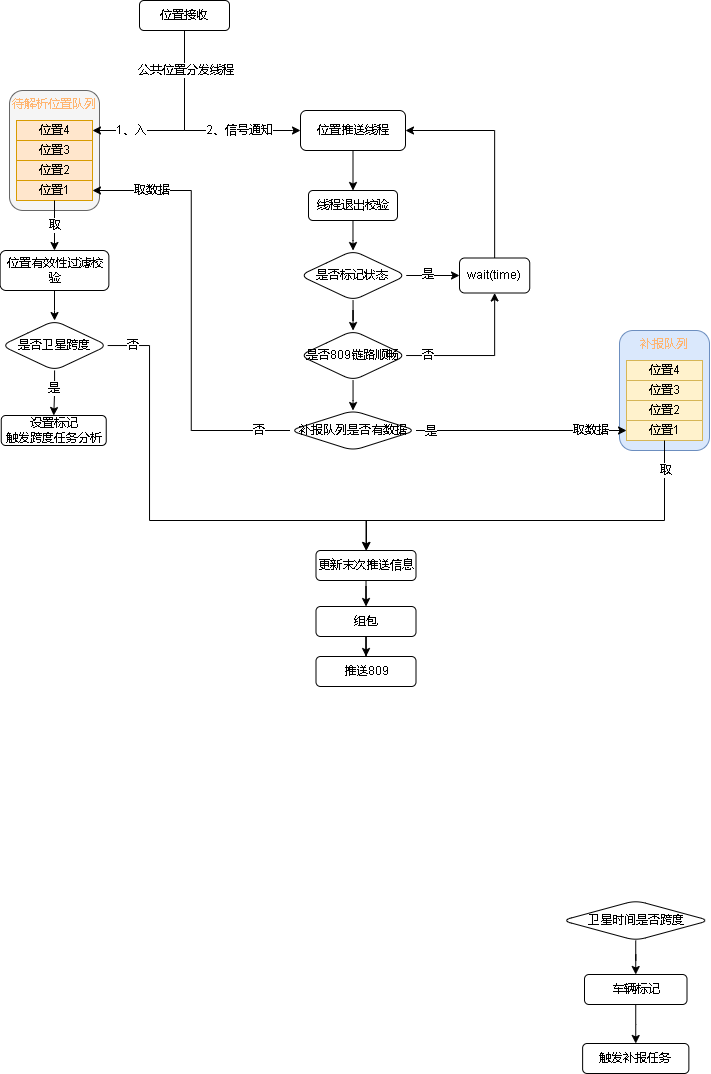
Above: 809数据跨度.drawio.png in xktder/draw (draw.io), before the change. Source tidied: cells renumbered, new cells last; positions are measured from the earlier drawing's top-left corner, leaving out a move shared by most shapes. Its diagram source:
```xml
<mxGraphModel>
  <root>
    <mxCell id="0" />
    <mxCell id="1" parent="0" />
    <mxCell id="2" style="edgeStyle=orthogonalEdgeStyle;rounded=0;jettySize=auto;html=1;fontColor=#000000;" parent="1" edge="1" source="4" target="30">
      <mxGeometry relative="1" as="geometry">
        <Array as="points">
          <mxPoint x="184" y="130" />
          <mxPoint x="292" y="130" />
        </Array>
      </mxGeometry>
    </mxCell>
    <mxCell id="3" value="2、信号通知" style="edgeLabel;html=1;align=center;verticalAlign=middle;fontColor=#000000;" parent="2" vertex="1">
      <mxGeometry x="0.66" relative="1" as="geometry">
        <mxPoint x="-25" as="offset" />
      </mxGeometry>
    </mxCell>
    <mxCell id="4" value="位置接收" style="rounded=1;whiteSpace=wrap;html=1;" parent="1" vertex="1">
      <mxGeometry x="139" width="90" height="30" as="geometry" />
    </mxCell>
    <mxCell id="5" style="edgeStyle=orthogonalEdgeStyle;rounded=0;jettySize=auto;html=1;" parent="1" edge="1" source="6" target="8">
      <mxGeometry relative="1" as="geometry" />
    </mxCell>
    <mxCell id="6" value="卫星时间是否跨度" style="rhombus;whiteSpace=wrap;html=1;rounded=1;" parent="1" vertex="1">
      <mxGeometry x="561.5" y="900" width="147.5" height="40" as="geometry" />
    </mxCell>
    <mxCell id="7" style="edgeStyle=orthogonalEdgeStyle;rounded=0;jettySize=auto;html=1;" parent="1" edge="1" source="8" target="9">
      <mxGeometry relative="1" as="geometry" />
    </mxCell>
    <mxCell id="8" value="车辆标记" style="whiteSpace=wrap;html=1;rounded=1;" parent="1" vertex="1">
      <mxGeometry x="584" y="974" width="102.5" height="30" as="geometry" />
    </mxCell>
    <mxCell id="9" value="触发补报任务" style="whiteSpace=wrap;html=1;rounded=1;" parent="1" vertex="1">
      <mxGeometry x="582.1" y="1043" width="106.2" height="30" as="geometry" />
    </mxCell>
    <mxCell id="10" style="group;" parent="1" vertex="1">
      <mxGeometry x="9" y="90" width="90" height="120" as="geometry" />
    </mxCell>
    <mxCell id="11" value="&lt;font color=&quot;#ffb570&quot;&gt;待解析位置队列&lt;/font&gt;" style="rounded=1;whiteSpace=wrap;html=1;verticalAlign=top;fillColor=#f5f5f5;fontColor=#333333;strokeColor=#666666;" parent="10" vertex="1">
      <mxGeometry width="90" height="120" as="geometry" />
    </mxCell>
    <mxCell id="12" value="&lt;font color=&quot;#000000&quot;&gt;位置4&lt;/font&gt;" style="rounded=0;whiteSpace=wrap;html=1;fillColor=#ffe6cc;strokeColor=#d79b00;" parent="10" vertex="1">
      <mxGeometry x="7" y="30" width="76" height="20" as="geometry" />
    </mxCell>
    <mxCell id="13" value="&lt;font color=&quot;#000000&quot;&gt;位置3&lt;/font&gt;" style="rounded=0;whiteSpace=wrap;html=1;fillColor=#ffe6cc;strokeColor=#d79b00;" parent="10" vertex="1">
      <mxGeometry x="7" y="50" width="76" height="20" as="geometry" />
    </mxCell>
    <mxCell id="14" value="&lt;font color=&quot;#000000&quot;&gt;位置2&lt;/font&gt;" style="rounded=0;whiteSpace=wrap;html=1;fillColor=#ffe6cc;strokeColor=#d79b00;" parent="10" vertex="1">
      <mxGeometry x="7" y="70" width="76" height="20" as="geometry" />
    </mxCell>
    <mxCell id="15" value="&lt;font color=&quot;#000000&quot;&gt;位置1&lt;/font&gt;" style="rounded=0;whiteSpace=wrap;html=1;fillColor=#ffe6cc;strokeColor=#d79b00;" parent="10" vertex="1">
      <mxGeometry x="7" y="90" width="76" height="20" as="geometry" />
    </mxCell>
    <mxCell id="16" style="group;" parent="1" vertex="1">
      <mxGeometry x="619" y="330" width="90" height="120" as="geometry" />
    </mxCell>
    <mxCell id="17" value="&lt;font color=&quot;#ffb570&quot;&gt;补报队列&lt;/font&gt;" style="rounded=1;whiteSpace=wrap;html=1;verticalAlign=top;fillColor=#dae8fc;strokeColor=#6c8ebf;" parent="16" vertex="1">
      <mxGeometry width="90" height="120" as="geometry" />
    </mxCell>
    <mxCell id="18" value="&lt;font color=&quot;#000000&quot;&gt;位置4&lt;/font&gt;" style="rounded=0;whiteSpace=wrap;html=1;fillColor=#fff2cc;strokeColor=#d6b656;" parent="16" vertex="1">
      <mxGeometry x="7" y="30" width="76" height="20" as="geometry" />
    </mxCell>
    <mxCell id="19" value="&lt;font color=&quot;#000000&quot;&gt;位置3&lt;/font&gt;" style="rounded=0;whiteSpace=wrap;html=1;fillColor=#fff2cc;strokeColor=#d6b656;" parent="16" vertex="1">
      <mxGeometry x="7" y="50" width="76" height="20" as="geometry" />
    </mxCell>
    <mxCell id="20" value="&lt;font color=&quot;#000000&quot;&gt;位置2&lt;/font&gt;" style="rounded=0;whiteSpace=wrap;html=1;fillColor=#fff2cc;strokeColor=#d6b656;" parent="16" vertex="1">
      <mxGeometry x="7" y="70" width="76" height="20" as="geometry" />
    </mxCell>
    <mxCell id="21" value="&lt;font color=&quot;#000000&quot;&gt;位置1&lt;/font&gt;" style="rounded=0;whiteSpace=wrap;html=1;fillColor=#fff2cc;strokeColor=#d6b656;" parent="16" vertex="1">
      <mxGeometry x="7" y="90" width="76" height="20" as="geometry" />
    </mxCell>
    <mxCell id="22" style="edgeStyle=orthogonalEdgeStyle;rounded=0;jettySize=auto;html=1;entryX=1;entryY=0.5;entryDx=0;entryDy=0;fontColor=#000000;exitX=0.5;exitY=1;exitDx=0;exitDy=0;" parent="1" edge="1" source="4" target="12">
      <mxGeometry relative="1" as="geometry" />
    </mxCell>
    <mxCell id="23" value="1、入" style="edgeLabel;html=1;align=center;verticalAlign=middle;fontColor=#000000;" parent="22" vertex="1">
      <mxGeometry x="0.48" y="1" relative="1" as="geometry">
        <mxPoint x="-11" y="-1" as="offset" />
      </mxGeometry>
    </mxCell>
    <mxCell id="24" value="公共位置分发线程" style="edgeLabel;html=1;align=center;verticalAlign=middle;fontColor=#000000;" parent="22" vertex="1">
      <mxGeometry x="-0.69" y="1" relative="1" as="geometry">
        <mxPoint y="10" as="offset" />
      </mxGeometry>
    </mxCell>
    <mxCell id="25" style="edgeStyle=orthogonalEdgeStyle;rounded=0;jettySize=auto;html=1;exitX=0.5;exitY=1;exitDx=0;exitDy=0;fontColor=#000000;" parent="1" edge="1" source="15" target="28">
      <mxGeometry relative="1" as="geometry" />
    </mxCell>
    <mxCell id="26" value="取" style="edgeLabel;html=1;align=center;verticalAlign=middle;fontColor=#000000;" parent="25" vertex="1">
      <mxGeometry x="-0.24" relative="1" as="geometry">
        <mxPoint y="6" as="offset" />
      </mxGeometry>
    </mxCell>
    <mxCell id="27" style="edgeStyle=orthogonalEdgeStyle;rounded=0;jettySize=auto;html=1;fontColor=#000000;" parent="1" edge="1" source="28" target="57">
      <mxGeometry relative="1" as="geometry" />
    </mxCell>
    <mxCell id="28" value="位置有效性过滤校验" style="rounded=1;whiteSpace=wrap;html=1;fontFamily=Helvetica;fontSize=12;fontColor=default;align=center;strokeColor=default;fillColor=default;" parent="1" vertex="1">
      <mxGeometry x="-0.4" y="250" width="108.8" height="40" as="geometry" />
    </mxCell>
    <mxCell id="29" style="edgeStyle=orthogonalEdgeStyle;rounded=0;jettySize=auto;html=1;entryX=0.5;entryY=0;entryDx=0;entryDy=0;fontColor=#000000;" parent="1" edge="1" source="30" target="38">
      <mxGeometry relative="1" as="geometry" />
    </mxCell>
    <mxCell id="30" value="位置推送线程" style="rounded=1;whiteSpace=wrap;html=1;fontColor=#000000;" parent="1" vertex="1">
      <mxGeometry x="300" y="110" width="105" height="40" as="geometry" />
    </mxCell>
    <mxCell id="31" style="edgeStyle=orthogonalEdgeStyle;rounded=0;jettySize=auto;html=1;fontColor=#000000;" parent="1" edge="1" source="34" target="36">
      <mxGeometry relative="1" as="geometry" />
    </mxCell>
    <mxCell id="32" value="是" style="edgeLabel;html=1;align=center;verticalAlign=middle;fontColor=#000000;" parent="31" vertex="1">
      <mxGeometry x="-0.19" y="1" relative="1" as="geometry" />
    </mxCell>
    <mxCell id="33" style="edgeStyle=orthogonalEdgeStyle;rounded=0;jettySize=auto;html=1;fontColor=#000000;" parent="1" edge="1" source="34" target="45">
      <mxGeometry relative="1" as="geometry" />
    </mxCell>
    <mxCell id="34" value="是否标记状态" style="rhombus;whiteSpace=wrap;html=1;fontColor=#000000;rounded=1;" parent="1" vertex="1">
      <mxGeometry x="299.2" y="250" width="106.5" height="50" as="geometry" />
    </mxCell>
    <mxCell id="35" style="edgeStyle=orthogonalEdgeStyle;rounded=0;jettySize=auto;html=1;entryX=1;entryY=0.5;entryDx=0;entryDy=0;fontColor=#000000;" parent="1" edge="1" source="36" target="30">
      <mxGeometry relative="1" as="geometry">
        <Array as="points">
          <mxPoint x="494" y="130" />
        </Array>
      </mxGeometry>
    </mxCell>
    <mxCell id="36" value="wait(time)" style="whiteSpace=wrap;html=1;fontColor=#000000;rounded=1;" parent="1" vertex="1">
      <mxGeometry x="459" y="257.5" width="70.2" height="35" as="geometry" />
    </mxCell>
    <mxCell id="37" style="edgeStyle=orthogonalEdgeStyle;rounded=0;jettySize=auto;html=1;fontColor=#000000;" parent="1" edge="1" source="38" target="34">
      <mxGeometry relative="1" as="geometry" />
    </mxCell>
    <mxCell id="38" value="线程退出校验" style="rounded=1;whiteSpace=wrap;html=1;fontFamily=Helvetica;fontSize=12;fontColor=#000000;align=center;strokeColor=default;fillColor=default;" parent="1" vertex="1">
      <mxGeometry x="308" y="190" width="89" height="30" as="geometry" />
    </mxCell>
    <mxCell id="39" style="edgeStyle=orthogonalEdgeStyle;rounded=0;jettySize=auto;html=1;fontColor=#000000;" parent="1" edge="1" source="45" target="36">
      <mxGeometry relative="1" as="geometry" />
    </mxCell>
    <mxCell id="40" value="否" style="edgeLabel;html=1;align=center;verticalAlign=middle;fontColor=#000000;" parent="39" vertex="1">
      <mxGeometry x="-0.77" y="-3" relative="1" as="geometry">
        <mxPoint x="4" y="-3" as="offset" />
      </mxGeometry>
    </mxCell>
    <mxCell id="41" style="edgeStyle=orthogonalEdgeStyle;rounded=0;jettySize=auto;html=1;entryX=1;entryY=0.5;entryDx=0;entryDy=0;fontColor=#000000;exitX=0;exitY=0.5;exitDx=0;exitDy=0;" parent="1" edge="1" source="49" target="15">
      <mxGeometry relative="1" as="geometry" />
    </mxCell>
    <mxCell id="42" value="取数据" style="edgeLabel;html=1;align=center;verticalAlign=middle;fontColor=#000000;" parent="41" vertex="1">
      <mxGeometry x="0.65" y="-1" relative="1" as="geometry">
        <mxPoint x="-18" y="1" as="offset" />
      </mxGeometry>
    </mxCell>
    <mxCell id="43" value="否" style="edgeLabel;html=1;align=center;verticalAlign=middle;fontColor=#000000;" parent="41" vertex="1">
      <mxGeometry x="-0.86" y="1" relative="1" as="geometry">
        <mxPoint y="-1" as="offset" />
      </mxGeometry>
    </mxCell>
    <mxCell id="44" style="edgeStyle=orthogonalEdgeStyle;rounded=0;jettySize=auto;html=1;fontColor=#000000;" parent="1" edge="1" source="45" target="49">
      <mxGeometry relative="1" as="geometry" />
    </mxCell>
    <mxCell id="45" value="是否809链路顺畅" style="rhombus;whiteSpace=wrap;html=1;fontColor=#000000;rounded=1;" parent="1" vertex="1">
      <mxGeometry x="299.2" y="330" width="106.5" height="50" as="geometry" />
    </mxCell>
    <mxCell id="46" style="edgeStyle=orthogonalEdgeStyle;rounded=0;jettySize=auto;html=1;fontColor=#000000;" parent="1" edge="1" source="49" target="21">
      <mxGeometry relative="1" as="geometry" />
    </mxCell>
    <mxCell id="47" value="是" style="edgeLabel;html=1;align=center;verticalAlign=middle;fontColor=#000000;" parent="46" vertex="1">
      <mxGeometry x="-0.72" y="-1" relative="1" as="geometry">
        <mxPoint x="-16" as="offset" />
      </mxGeometry>
    </mxCell>
    <mxCell id="48" value="取数据" style="edgeLabel;html=1;align=center;verticalAlign=middle;fontColor=#000000;" parent="46" vertex="1">
      <mxGeometry x="0.65" relative="1" as="geometry" />
    </mxCell>
    <mxCell id="49" value="补报队列是否有数据" style="rhombus;whiteSpace=wrap;html=1;fontColor=#000000;rounded=1;" parent="1" vertex="1">
      <mxGeometry x="289.5" y="410" width="126" height="40" as="geometry" />
    </mxCell>
    <mxCell id="50" style="edgeStyle=orthogonalEdgeStyle;rounded=0;jettySize=auto;html=1;exitX=0.5;exitY=1;exitDx=0;exitDy=0;fontColor=#000000;entryX=0.5;entryY=0;entryDx=0;entryDy=0;" parent="1" edge="1" source="21" target="59">
      <mxGeometry relative="1" as="geometry">
        <Array as="points">
          <mxPoint x="664" y="520" />
          <mxPoint x="366" y="520" />
        </Array>
      </mxGeometry>
    </mxCell>
    <mxCell id="51" value="取" style="edgeLabel;html=1;align=center;verticalAlign=middle;fontColor=#000000;" parent="50" vertex="1">
      <mxGeometry x="-0.21" y="1" relative="1" as="geometry">
        <mxPoint x="81" y="-51" as="offset" />
      </mxGeometry>
    </mxCell>
    <mxCell id="52" value="推送809" style="rounded=1;whiteSpace=wrap;html=1;fontColor=#000000;" parent="1" vertex="1">
      <mxGeometry x="315.5" y="656" width="100" height="30" as="geometry" />
    </mxCell>
    <mxCell id="53" style="edgeStyle=orthogonalEdgeStyle;rounded=0;jettySize=auto;html=1;fontColor=#000000;entryX=0.5;entryY=0;entryDx=0;entryDy=0;" parent="1" edge="1" source="57" target="62">
      <mxGeometry relative="1" as="geometry" />
    </mxCell>
    <mxCell id="54" value="是" style="edgeLabel;html=1;align=center;verticalAlign=middle;fontColor=#000000;" parent="53" vertex="1">
      <mxGeometry x="-0.26" y="-1" relative="1" as="geometry" />
    </mxCell>
    <mxCell id="55" style="edgeStyle=orthogonalEdgeStyle;rounded=0;jettySize=auto;html=1;fontColor=#000000;" parent="1" edge="1" source="57" target="59">
      <mxGeometry relative="1" as="geometry">
        <Array as="points">
          <mxPoint x="149" y="345" />
          <mxPoint x="149" y="520" />
          <mxPoint x="366" y="520" />
        </Array>
      </mxGeometry>
    </mxCell>
    <mxCell id="56" value="否" style="edgeLabel;html=1;align=center;verticalAlign=middle;fontColor=#000000;" parent="55" vertex="1">
      <mxGeometry x="-0.85" y="1" relative="1" as="geometry">
        <mxPoint x="-9" y="1" as="offset" />
      </mxGeometry>
    </mxCell>
    <mxCell id="57" value="是否卫星跨度" style="rhombus;whiteSpace=wrap;html=1;fontColor=#000000;rounded=1;" parent="1" vertex="1">
      <mxGeometry x="0.8" y="320" width="106.5" height="50" as="geometry" />
    </mxCell>
    <mxCell id="58" style="edgeStyle=orthogonalEdgeStyle;rounded=0;jettySize=auto;html=1;fontColor=#000000;" parent="1" edge="1" source="59" target="61">
      <mxGeometry relative="1" as="geometry" />
    </mxCell>
    <mxCell id="59" value="更新末次推送信息" style="rounded=1;whiteSpace=wrap;html=1;fontColor=#000000;" parent="1" vertex="1">
      <mxGeometry x="315.5" y="550" width="100" height="30" as="geometry" />
    </mxCell>
    <mxCell id="60" style="edgeStyle=orthogonalEdgeStyle;rounded=0;jettySize=auto;html=1;fontColor=#000000;" parent="1" edge="1" source="61" target="52">
      <mxGeometry relative="1" as="geometry" />
    </mxCell>
    <mxCell id="61" value="组包" style="rounded=1;whiteSpace=wrap;html=1;fontColor=#000000;" parent="1" vertex="1">
      <mxGeometry x="315.5" y="606" width="100" height="30" as="geometry" />
    </mxCell>
    <mxCell id="62" value="设置标记&lt;br&gt;触发跨度任务分析" style="rounded=1;whiteSpace=wrap;html=1;fontColor=#000000;" parent="1" vertex="1">
      <mxGeometry x="0.8" y="415" width="105" height="30" as="geometry" />
    </mxCell>
  </root>
</mxGraphModel>
```
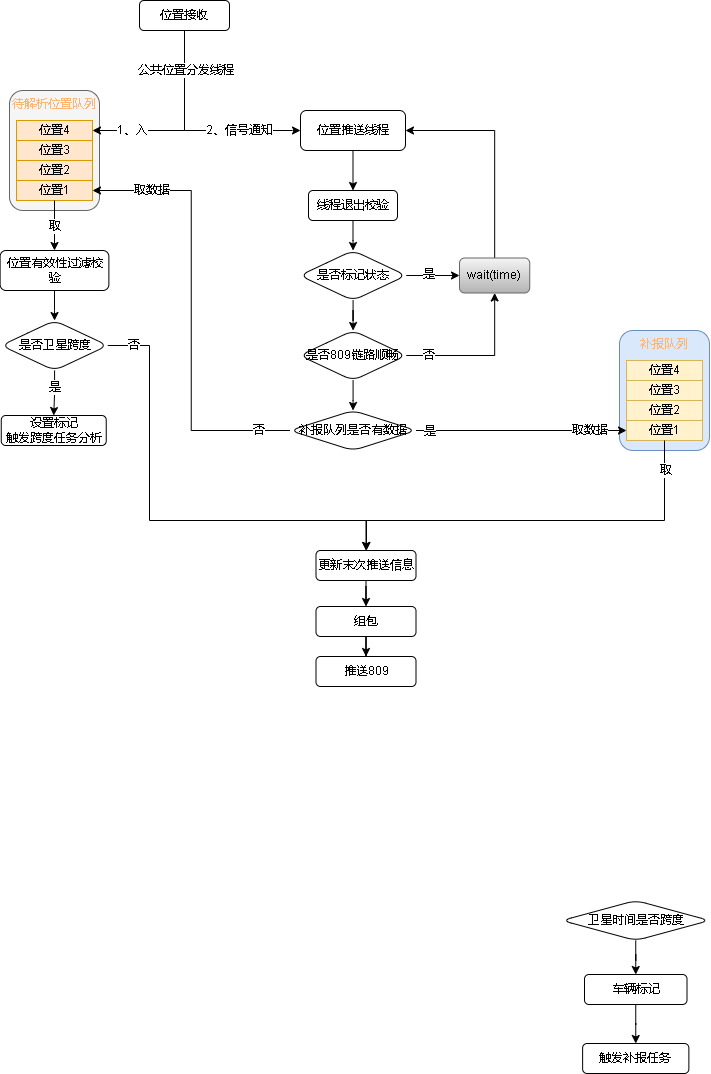
After the change.

Commit message:
更新809数据跨度.drawio.png

What changed in the source:
```diff
@@ -121,7 +121,7 @@
         </Array>
       </mxGeometry>
     </mxCell>
-    <mxCell id="36" value="wait(time)" style="whiteSpace=wrap;html=1;fontColor=#000000;rounded=1;" parent="1" vertex="1">
+    <mxCell id="36" value="wait(time)" style="whiteSpace=wrap;html=1;rounded=1;fillColor=#f5f5f5;gradientColor=#b3b3b3;strokeColor=#666666;" parent="1" vertex="1">
       <mxGeometry x="459" y="257.5" width="70.2" height="35" as="geometry" />
     </mxCell>
     <mxCell id="37" style="edgeStyle=orthogonalEdgeStyle;rounded=0;jettySize=auto;html=1;fontColor=#000000;" parent="1" edge="1" source="38" target="34">
```
